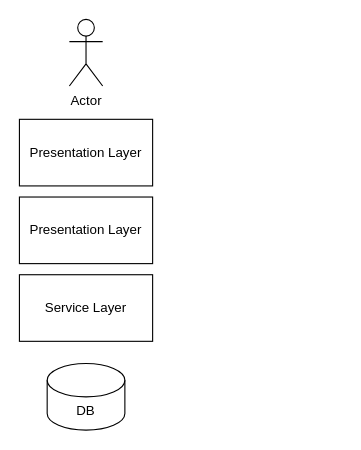
Earlier version of the draw.io diagram 블로그 참고.drawio (corns90/drawio). Source tidied: cells renumbered, new cells numbered last; positions are measured from the earlier drawing's top-left corner, leaving out a move shared by most shapes. Both pictures are drawn from the tidied source at 111%, with x=0, y=0 at pixel (19, 19).
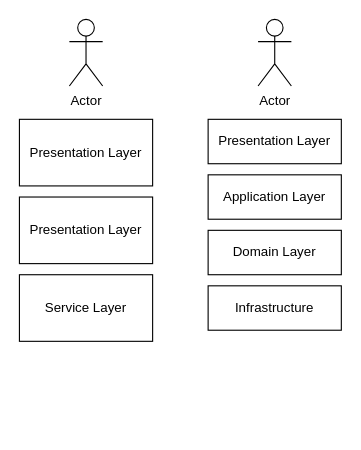
The same page after the edit.

Commit message:
layered architecture

What changed in the source:
```diff
@@
 <mxGraphModel>
   <root>
     <mxCell id="0" />
     <mxCell id="1" parent="0" />
     <mxCell id="2" value="Presentation Layer" style="rounded=0;whiteSpace=wrap;html=1;" parent="1" vertex="1">
       <mxGeometry y="90" width="120" height="60" as="geometry" />
     </mxCell>
     <mxCell id="3" value="Presentation Layer" style="rounded=0;whiteSpace=wrap;html=1;" parent="1" vertex="1">
       <mxGeometry y="160" width="120" height="60" as="geometry" />
     </mxCell>
     <mxCell id="4" value="Service Layer" style="rounded=0;whiteSpace=wrap;html=1;" parent="1" vertex="1">
       <mxGeometry y="230" width="120" height="60" as="geometry" />
     </mxCell>
-    <mxCell id="5" value="DB" style="shape=cylinder3;whiteSpace=wrap;html=1;boundedLbl=1;backgroundOutline=1;size=15;" parent="1" vertex="1">
-      <mxGeometry x="25" y="310" width="70" height="60" as="geometry" />
-    </mxCell>
     <mxCell id="6" value="Actor" style="shape=umlActor;verticalLabelPosition=bottom;verticalAlign=top;html=1;" parent="1" vertex="1">
       <mxGeometry x="45" width="30" height="60" as="geometry" />
     </mxCell>
+    <mxCell id="7" value="Presentation Layer" style="rounded=0;whiteSpace=wrap;html=1;" parent="1" vertex="1">
+      <mxGeometry x="170" y="90" width="120" height="40" as="geometry" />
+    </mxCell>
+    <mxCell id="8" value="Application Layer" style="rounded=0;whiteSpace=wrap;html=1;" parent="1" vertex="1">
+      <mxGeometry x="170" y="140" width="120" height="40" as="geometry" />
+    </mxCell>
+    <mxCell id="9" value="Domain Layer" style="rounded=0;whiteSpace=wrap;html=1;" parent="1" vertex="1">
+      <mxGeometry x="170" y="190" width="120" height="40" as="geometry" />
+    </mxCell>
+    <mxCell id="10" value="Actor" style="shape=umlActor;verticalLabelPosition=bottom;verticalAlign=top;html=1;" parent="1" vertex="1">
+      <mxGeometry x="215" width="30" height="60" as="geometry" />
+    </mxCell>
+    <mxCell id="11" value="Infrastructure" style="rounded=0;whiteSpace=wrap;html=1;" parent="1" vertex="1">
+      <mxGeometry x="170" y="240" width="120" height="40" as="geometry" />
+    </mxCell>
   </root>
 </mxGraphModel>
```
